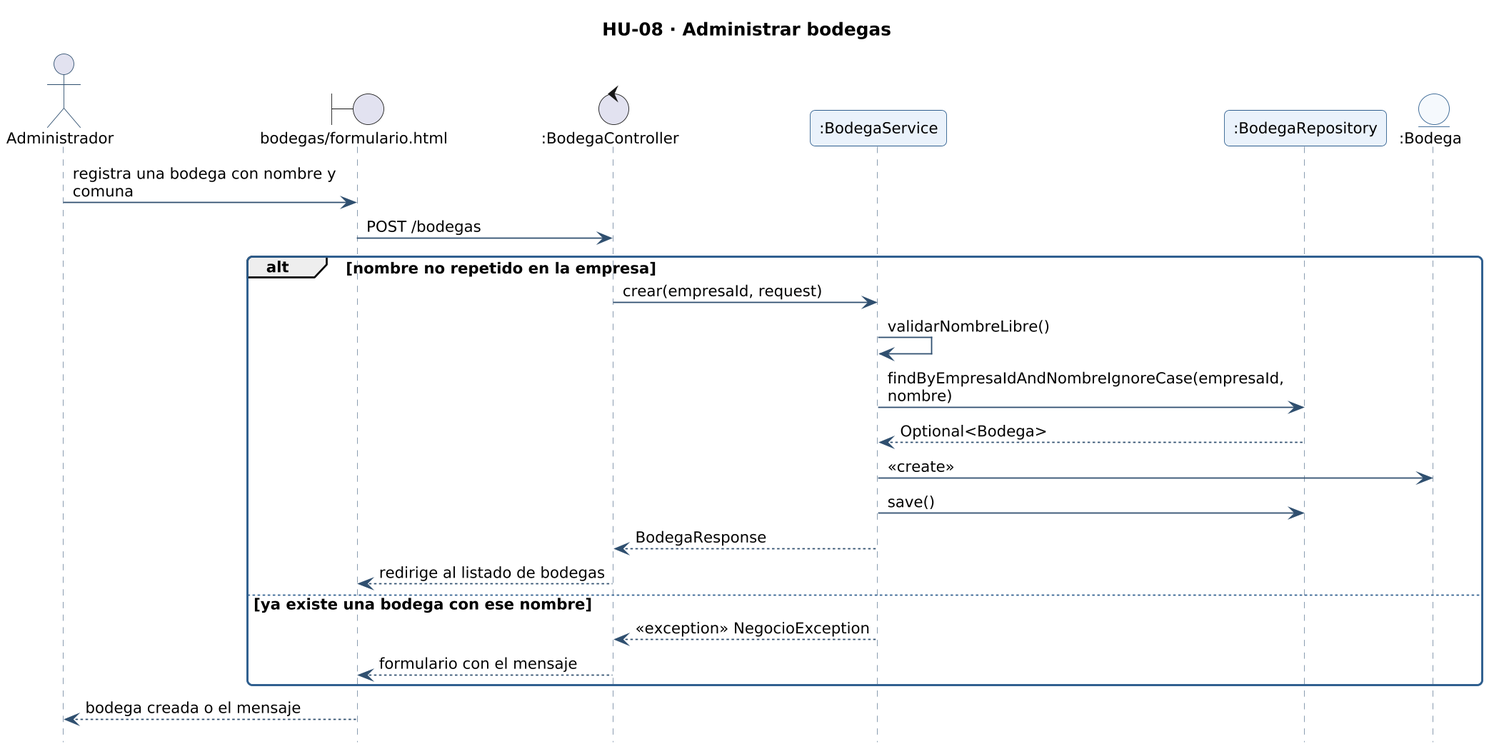
gonzaloarenasduoc/Mira keeps this PlantUML diagram as docs/diagramas/secuencia-hu-08.png. Above is the earlier version.
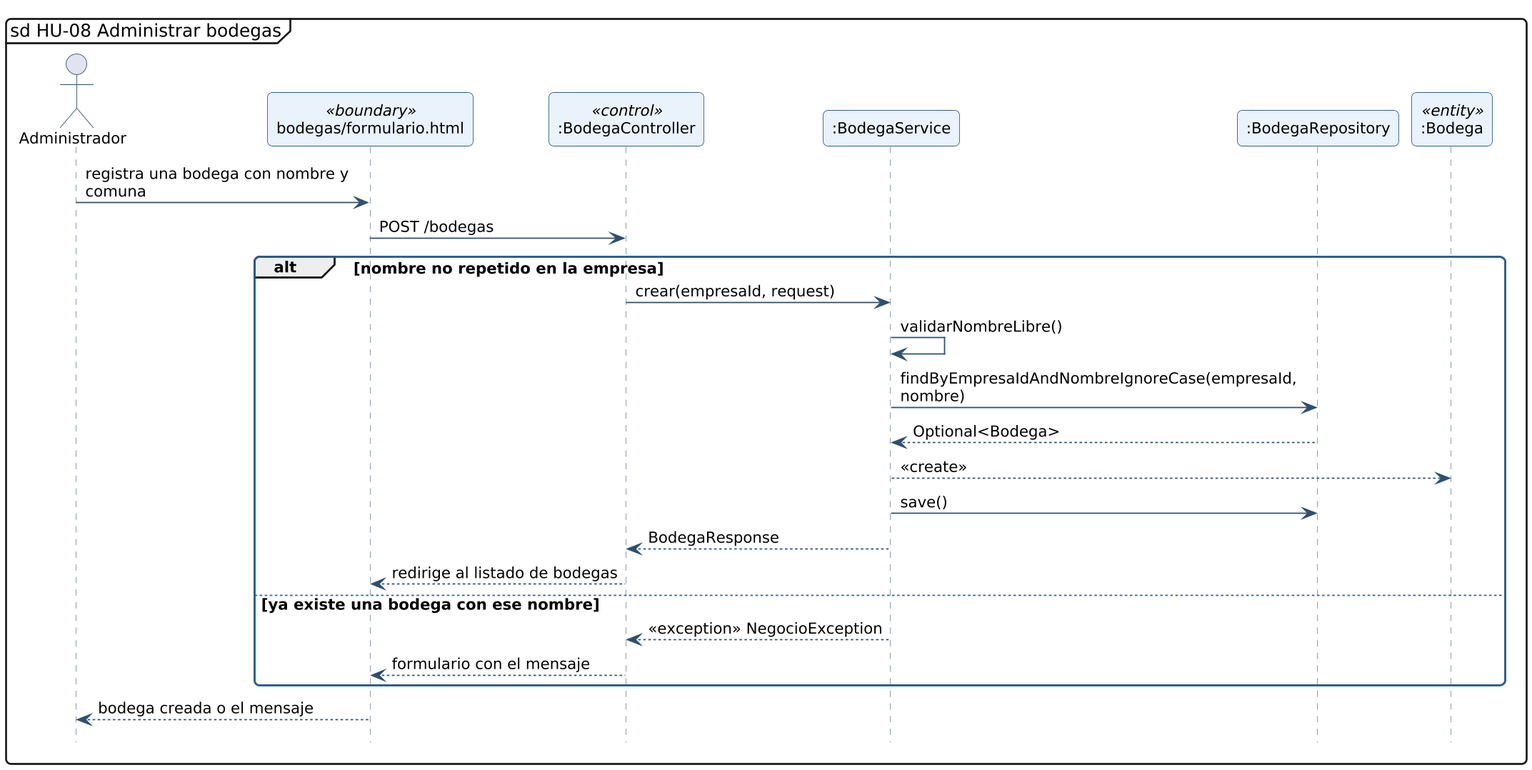
Later version of the same file.

What changed in the source:
```diff
@@ -3,13 +3,13 @@
 hide footbox
 skinparam maxMessageSize 260
 skinparam sequenceMessageAlign left
-title HU-08 · Administrar bodegas
+mainframe sd HU-08 Administrar bodegas
 actor "Administrador" as A
-boundary "bodegas/formulario.html" as L_VISTA_bodegas_formulario
-control ":BodegaController" as L_BodegaController
+participant "bodegas/formulario.html" as L_VISTA_bodegas_formulario <<boundary>>
+participant ":BodegaController" as L_BodegaController <<control>>
 participant ":BodegaService" as L_BodegaService
 participant ":BodegaRepository" as L_BodegaRepository
-entity ":Bodega" as L_Bodega
+participant ":Bodega" as L_Bodega <<entity>>
 A -> L_VISTA_bodegas_formulario : registra una bodega con nombre y comuna
 L_VISTA_bodegas_formulario -> L_BodegaController : POST /bodegas
 alt nombre no repetido en la empresa
@@ -17,7 +17,7 @@
 L_BodegaService -> L_BodegaService : validarNombreLibre()
 L_BodegaService -> L_BodegaRepository : findByEmpresaIdAndNombreIgnoreCase(empresaId, nombre)
 L_BodegaRepository --> L_BodegaService : Optional<Bodega>
-L_BodegaService -> L_Bodega : <<create>>
+L_BodegaService --> L_Bodega : <<create>>
 L_BodegaService -> L_BodegaRepository : save()
 L_BodegaService --> L_BodegaController : BodegaResponse
 L_BodegaController --> L_VISTA_bodegas_formulario : redirige al listado de bodegas
```
